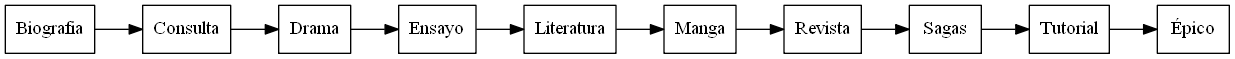
Above: AVLInorden.png in TaTo30/EDD-Proyecto2_201800585 (Graphviz), before the change. Its source is kept beside it as AVLInorden.dot.
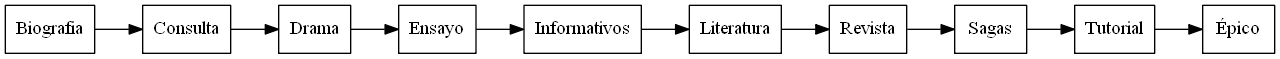
Above is the later version.

What changed in the source:
```diff
@@ -2,9 +2,9 @@
 Biografia -> Consulta;
 Consulta -> Drama;
 Drama -> Ensayo;
-Ensayo -> Literatura;
-Literatura -> Manga;
-Manga -> Revista;
+Ensayo -> Informativos;
+Informativos -> Literatura;
+Literatura -> Revista;
 Revista -> Sagas;
 Sagas -> Tutorial;
 Tutorial -> Épico;
```
